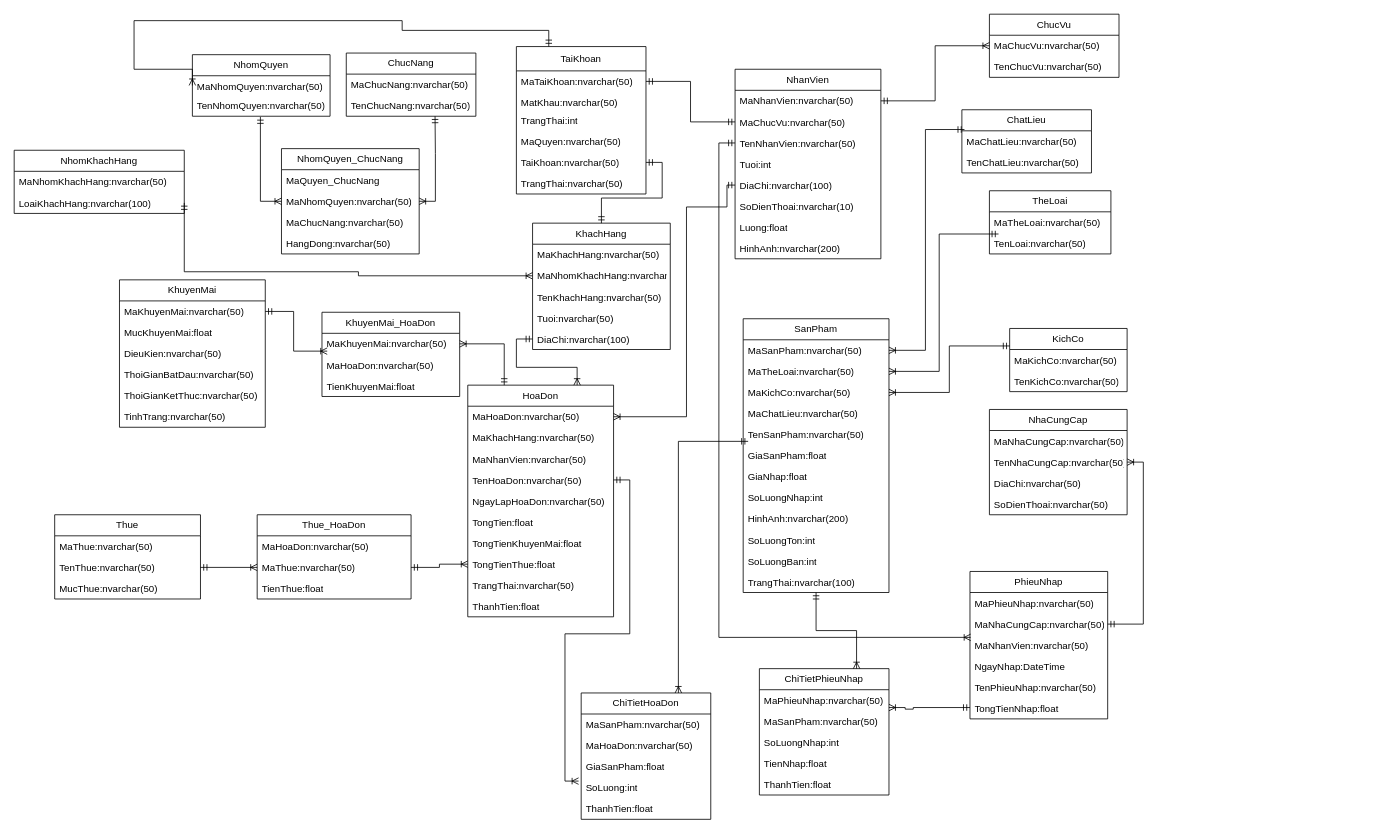
Above: Biểu đồ không có tiêu đề (1).drawio in maivantai2003/Database (draw.io), before the change. Source tidied: cells renumbered, new cells numbered last; positions are measured from the earlier drawing's top-left corner, leaving out a move shared by most shapes. Both pictures are drawn from the tidied source at 81%, with x=0, y=0 at pixel (14, 14).
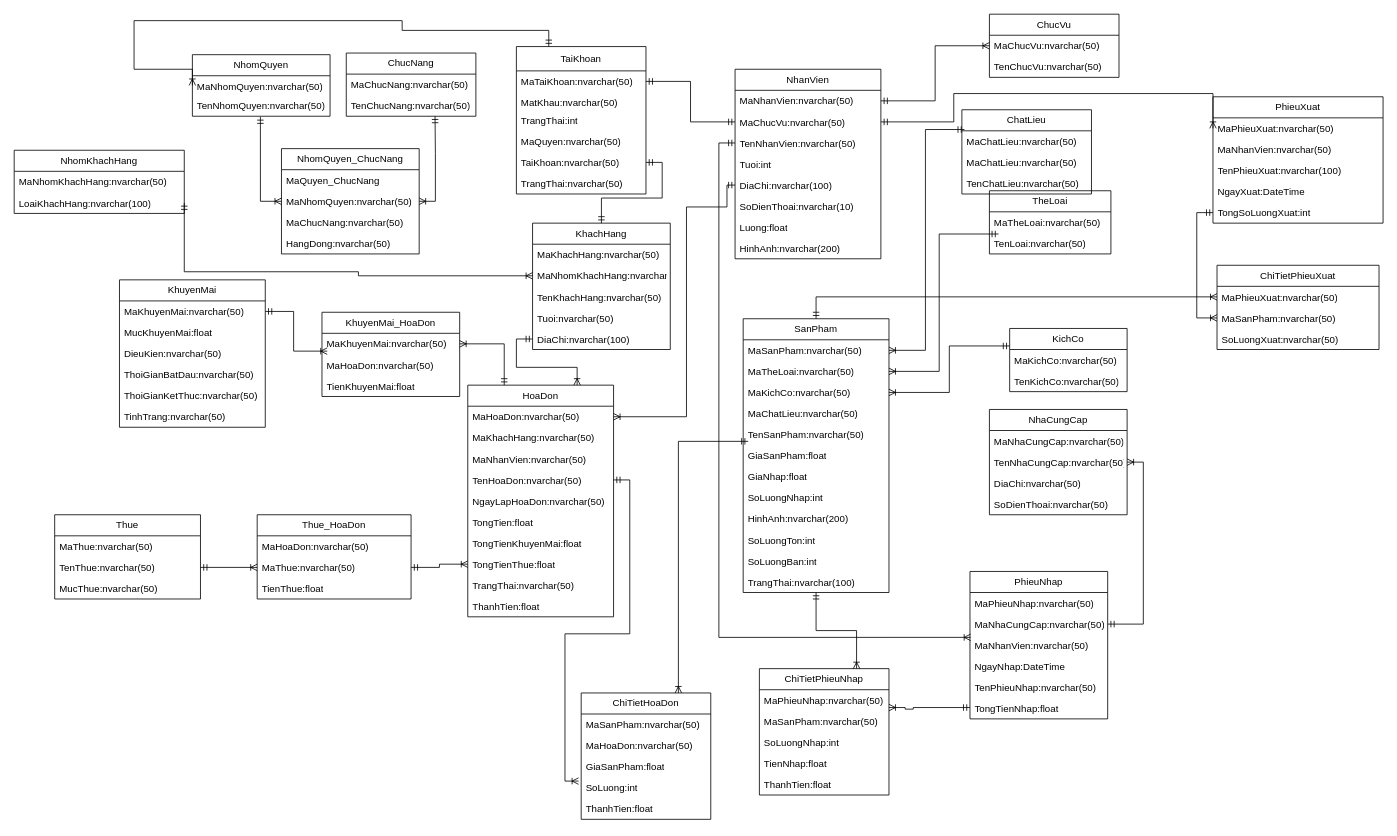
Above is the later version.

Commit message:
Cập nhật Biểu đồ không có tiêu đề (1).drawio

The change refers to these unchanged cells:
```xml
<mxCell id="25" value="MaChucVu:nvarchar(50)" style="text;strokeColor=none;fillColor=none;align=left;verticalAlign=top;spacingLeft=4;spacingRight=4;overflow=hidden;points=[[0,0.5],[1,0.5]];portConstraint=eastwest;whiteSpace=wrap;html=1;" parent="23" vertex="1">
  <mxGeometry y="52" width="180" height="26" as="geometry" />
</mxCell>
<mxCell id="47" value="SanPham" style="swimlane;fontStyle=0;horizontal=1;startSize=26;fillColor=none;whiteSpace=wrap;html=1;" parent="1" vertex="1">
  <mxGeometry x="900" y="376" width="180" height="338" as="geometry" />
</mxCell>
```

Diff of the diagram source:
```diff
@@
+    <mxCell id="139" style="edgeStyle=orthogonalEdgeStyle;rounded=0;jettySize=auto;html=1;exitX=0.5;exitY=0;exitDx=0;exitDy=0;entryX=0;entryY=0.5;entryDx=0;entryDy=0;startArrow=ERmandOne;startFill=0;endArrow=ERoneToMany;endFill=0;" parent="1" edge="1" source="47" target="148">
+      <mxGeometry relative="1" as="geometry" />
+    </mxCell>
@@
     <mxCell id="60" value="ChatLieu" style="swimlane;fontStyle=0;horizontal=1;startSize=26;fillColor=none;whiteSpace=wrap;html=1;" parent="1" vertex="1">
-      <mxGeometry x="1170" y="118" width="160" height="78" as="geometry" />
+      <mxGeometry x="1170" y="118" width="160" height="104" as="geometry" />
     </mxCell>
@@
+    <mxCell id="140" value="MaChatLieu:nvarchar(50)" style="text;strokeColor=none;fillColor=none;align=left;verticalAlign=top;spacingLeft=4;spacingRight=4;overflow=hidden;whiteSpace=wrap;html=1;" parent="60" vertex="1">
+      <mxGeometry y="52" width="160" height="26" as="geometry" />
+    </mxCell>
     <mxCell id="62" value="TenChatLieu:nvarchar(50)" style="text;strokeColor=none;fillColor=none;align=left;verticalAlign=top;spacingLeft=4;spacingRight=4;overflow=hidden;whiteSpace=wrap;html=1;" parent="60" vertex="1">
-      <mxGeometry y="52" width="160" height="26" as="geometry" />
+      <mxGeometry y="78" width="160" height="26" as="geometry" />
     </mxCell>
@@
+    <mxCell id="141" value="PhieuXuat" style="swimlane;fontStyle=0;horizontal=1;startSize=26;fillColor=none;whiteSpace=wrap;html=1;" parent="1" vertex="1">
+      <mxGeometry x="1480" y="102" width="210" height="156" as="geometry" />
+    </mxCell>
+    <mxCell id="142" value="MaPhieuXuat:nvarchar(50)" style="text;strokeColor=none;fillColor=none;align=left;verticalAlign=top;spacingLeft=4;spacingRight=4;overflow=hidden;points=[[0,0.5],[1,0.5]];portConstraint=eastwest;whiteSpace=wrap;html=1;" parent="141" vertex="1">
+      <mxGeometry y="26" width="210" height="26" as="geometry" />
+    </mxCell>
+    <mxCell id="143" value="MaNhanVien:nvarchar(50)" style="text;strokeColor=none;fillColor=none;align=left;verticalAlign=top;spacingLeft=4;spacingRight=4;overflow=hidden;whiteSpace=wrap;html=1;" parent="141" vertex="1">
+      <mxGeometry y="52" width="210" height="26" as="geometry" />
+    </mxCell>
+    <mxCell id="144" value="TenPhieuXuat:nvarchar(100)" style="text;strokeColor=none;fillColor=none;align=left;verticalAlign=top;spacingLeft=4;spacingRight=4;overflow=hidden;whiteSpace=wrap;html=1;" parent="141" vertex="1">
+      <mxGeometry y="78" width="210" height="26" as="geometry" />
+    </mxCell>
+    <mxCell id="145" value="NgayXuat:DateTime" style="text;strokeColor=none;fillColor=none;align=left;verticalAlign=top;spacingLeft=4;spacingRight=4;overflow=hidden;whiteSpace=wrap;html=1;" parent="141" vertex="1">
+      <mxGeometry y="104" width="210" height="26" as="geometry" />
+    </mxCell>
+    <mxCell id="146" value="TongSoLuongXuat:int" style="text;strokeColor=none;fillColor=none;align=left;verticalAlign=top;spacingLeft=4;spacingRight=4;overflow=hidden;points=[[0,0.5],[1,0.5]];portConstraint=eastwest;whiteSpace=wrap;html=1;" parent="141" vertex="1">
+      <mxGeometry y="130" width="210" height="26" as="geometry" />
+    </mxCell>
+    <mxCell id="147" value="ChiTietPhieuXuat" style="swimlane;fontStyle=0;horizontal=1;startSize=26;fillColor=none;whiteSpace=wrap;html=1;" parent="1" vertex="1">
+      <mxGeometry x="1485" y="310" width="200" height="104" as="geometry" />
+    </mxCell>
+    <mxCell id="148" value="MaPhieuXuat:nvarchar(50)" style="text;strokeColor=none;fillColor=none;align=left;verticalAlign=top;spacingLeft=4;spacingRight=4;overflow=hidden;points=[[0,0.5],[1,0.5]];portConstraint=eastwest;whiteSpace=wrap;html=1;" parent="147" vertex="1">
+      <mxGeometry y="26" width="200" height="26" as="geometry" />
+    </mxCell>
+    <mxCell id="149" value="MaSanPham:nvarchar(50)" style="text;strokeColor=none;fillColor=none;align=left;verticalAlign=top;spacingLeft=4;spacingRight=4;overflow=hidden;points=[[0,0.5],[1,0.5]];portConstraint=eastwest;whiteSpace=wrap;html=1;" parent="147" vertex="1">
+      <mxGeometry y="52" width="200" height="26" as="geometry" />
+    </mxCell>
+    <mxCell id="150" value="SoLuongXuat:nvarchar(50)" style="text;strokeColor=none;fillColor=none;align=left;verticalAlign=top;spacingLeft=4;spacingRight=4;overflow=hidden;whiteSpace=wrap;html=1;" parent="147" vertex="1">
+      <mxGeometry y="78" width="200" height="26" as="geometry" />
+    </mxCell>
+    <mxCell id="151" style="edgeStyle=orthogonalEdgeStyle;rounded=0;jettySize=auto;html=1;exitX=1;exitY=0.5;exitDx=0;exitDy=0;entryX=0;entryY=0.5;entryDx=0;entryDy=0;startArrow=ERmandOne;startFill=0;endArrow=ERoneToMany;endFill=0;" parent="1" edge="1" source="25" target="142">
+      <mxGeometry relative="1" as="geometry">
+        <Array as="points">
+          <mxPoint x="1160" y="133" />
+          <mxPoint x="1160" y="98" />
+          <mxPoint x="1480" y="98" />
+        </Array>
+      </mxGeometry>
+    </mxCell>
+    <mxCell id="152" style="edgeStyle=orthogonalEdgeStyle;rounded=0;jettySize=auto;html=1;exitX=0;exitY=0.5;exitDx=0;exitDy=0;entryX=0;entryY=0.5;entryDx=0;entryDy=0;startArrow=ERmandOne;startFill=0;endArrow=ERoneToMany;endFill=0;" parent="1" edge="1" source="146" target="149">
+      <mxGeometry relative="1" as="geometry" />
+    </mxCell>
```
